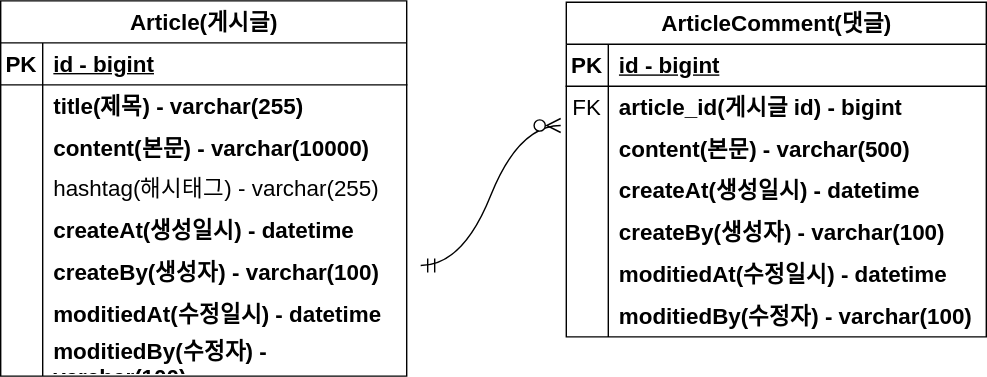
Earlier version of the draw.io export document/project-board-erd.svg (2-seulgi/project-board). Source tidied: cells renumbered, new cells last; positions are measured from the earlier drawing's top-left corner, leaving out a move shared by most shapes.
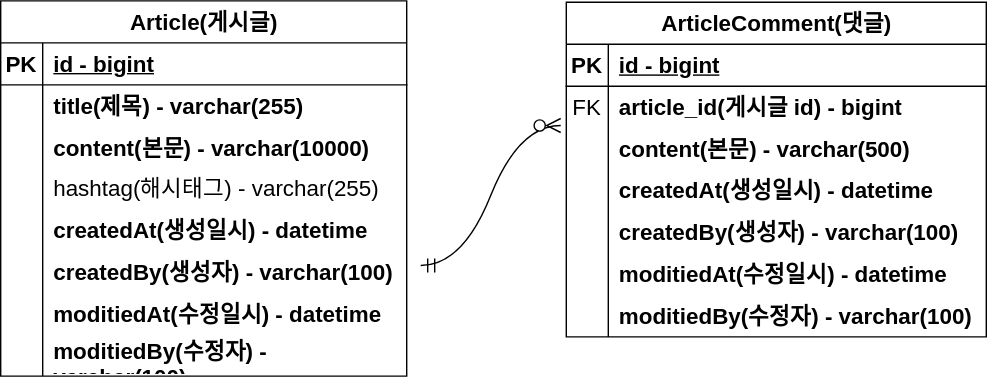
The same diagram one commit later.

The edit, as a diff of the source:
```diff
@@ -47,7 +47,7 @@
     <mxCell id="16" style="shape=partialRectangle;fillColor=none;top=0;left=0;bottom=0;right=0;overflow=hidden;whiteSpace=wrap;html=1;fontSize=16;" parent="15" vertex="1">
       <mxGeometry width="30" height="30" as="geometry" />
     </mxCell>
-    <mxCell id="17" value="createAt(생성일시) - datetime" style="shape=partialRectangle;fillColor=none;top=0;left=0;bottom=0;right=0;align=left;spacingLeft=6;overflow=hidden;whiteSpace=wrap;html=1;fontSize=16;fontStyle=1;" parent="15" vertex="1">
+    <mxCell id="17" value="createdAt(생성일시) - datetime" style="shape=partialRectangle;fillColor=none;top=0;left=0;bottom=0;right=0;align=left;spacingLeft=6;overflow=hidden;whiteSpace=wrap;html=1;fontSize=16;fontStyle=1;" parent="15" vertex="1">
       <mxGeometry x="30" width="260" height="30" as="geometry" />
     </mxCell>
     <mxCell id="18" style="shape=tableRow;horizontal=0;startSize=0;swimlaneHead=0;swimlaneBody=0;fillColor=none;top=0;left=0;right=0;bottom=0;fontSize=16;" parent="2" vertex="1">
@@ -56,7 +56,7 @@
     <mxCell id="19" style="shape=partialRectangle;fillColor=none;top=0;left=0;bottom=0;right=0;overflow=hidden;whiteSpace=wrap;html=1;fontSize=16;" parent="18" vertex="1">
       <mxGeometry width="30" height="30" as="geometry" />
     </mxCell>
-    <mxCell id="20" value="createBy(생성자) - varchar(100)" style="shape=partialRectangle;fillColor=none;top=0;left=0;bottom=0;right=0;align=left;spacingLeft=6;overflow=hidden;whiteSpace=wrap;html=1;fontSize=16;fontStyle=1;" parent="18" vertex="1">
+    <mxCell id="20" value="createdBy(생성자) - varchar(100)" style="shape=partialRectangle;fillColor=none;top=0;left=0;bottom=0;right=0;align=left;spacingLeft=6;overflow=hidden;whiteSpace=wrap;html=1;fontSize=16;fontStyle=1;" parent="18" vertex="1">
       <mxGeometry x="30" width="260" height="30" as="geometry" />
     </mxCell>
     <mxCell id="21" style="shape=tableRow;horizontal=0;startSize=0;swimlaneHead=0;swimlaneBody=0;fillColor=none;top=0;left=0;right=0;bottom=0;fontSize=16;" parent="2" vertex="1">
@@ -113,7 +113,7 @@
     <mxCell id="38" style="shape=partialRectangle;fillColor=none;top=0;left=0;bottom=0;right=0;overflow=hidden;whiteSpace=wrap;html=1;fontSize=16;" parent="37" vertex="1">
       <mxGeometry width="30" height="30" as="geometry" />
     </mxCell>
-    <mxCell id="39" value="createAt(생성일시) - datetime" style="shape=partialRectangle;fillColor=none;top=0;left=0;bottom=0;right=0;align=left;spacingLeft=6;overflow=hidden;whiteSpace=wrap;html=1;fontSize=16;fontStyle=1;" parent="37" vertex="1">
+    <mxCell id="39" value="createdAt(생성일시) - datetime" style="shape=partialRectangle;fillColor=none;top=0;left=0;bottom=0;right=0;align=left;spacingLeft=6;overflow=hidden;whiteSpace=wrap;html=1;fontSize=16;fontStyle=1;" parent="37" vertex="1">
       <mxGeometry x="30" width="270" height="30" as="geometry" />
     </mxCell>
     <mxCell id="40" style="shape=tableRow;horizontal=0;startSize=0;swimlaneHead=0;swimlaneBody=0;fillColor=none;top=0;left=0;right=0;bottom=0;fontSize=16;" parent="27" vertex="1">
@@ -122,7 +122,7 @@
     <mxCell id="41" style="shape=partialRectangle;fillColor=none;top=0;left=0;bottom=0;right=0;overflow=hidden;whiteSpace=wrap;html=1;fontSize=16;" parent="40" vertex="1">
       <mxGeometry width="30" height="30" as="geometry" />
     </mxCell>
-    <mxCell id="42" value="createBy(생성자) - varchar(100)" style="shape=partialRectangle;fillColor=none;top=0;left=0;bottom=0;right=0;align=left;spacingLeft=6;overflow=hidden;whiteSpace=wrap;html=1;fontSize=16;fontStyle=1;" parent="40" vertex="1">
+    <mxCell id="42" value="createdBy(생성자) - varchar(100)" style="shape=partialRectangle;fillColor=none;top=0;left=0;bottom=0;right=0;align=left;spacingLeft=6;overflow=hidden;whiteSpace=wrap;html=1;fontSize=16;fontStyle=1;" parent="40" vertex="1">
       <mxGeometry x="30" width="270" height="30" as="geometry" />
     </mxCell>
     <mxCell id="43" style="shape=tableRow;horizontal=0;startSize=0;swimlaneHead=0;swimlaneBody=0;fillColor=none;top=0;left=0;right=0;bottom=0;fontSize=16;" parent="27" vertex="1">
```
